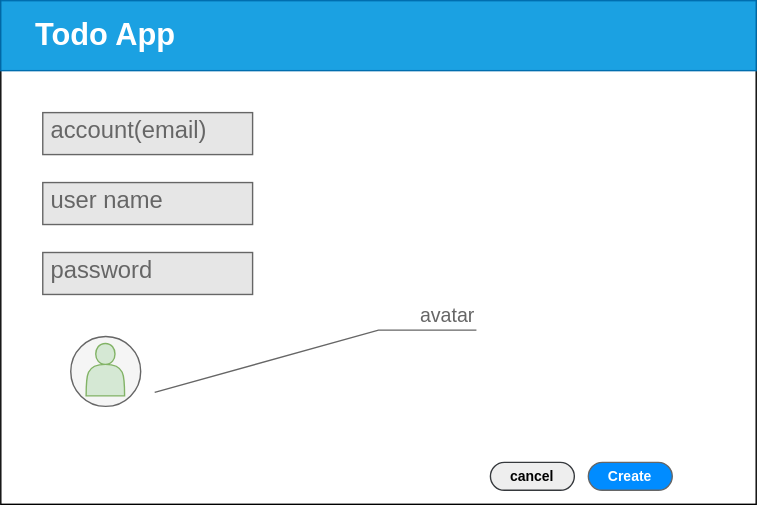
The draw.io diagram design/frontend/Signup.drawio.svg in nihiyama/todo-app-demo, before a commit. Source tidied: cells renumbered, new cells last; positions are measured from the earlier drawing's top-left corner, leaving out a move shared by most shapes. The source it was exported from:
```xml
<mxGraphModel>
  <root>
    <mxCell id="0" />
    <mxCell id="1" parent="0" />
    <mxCell id="2" style="rounded=0;whiteSpace=wrap;html=1;" parent="1" vertex="1">
      <mxGeometry width="540" height="360" as="geometry" />
    </mxCell>
    <mxCell id="3" style="rounded=0;whiteSpace=wrap;html=1;fillColor=#1ba1e2;strokeColor=#006EAF;fontColor=#ffffff;" parent="1" vertex="1">
      <mxGeometry width="540" height="50" as="geometry" />
    </mxCell>
    <mxCell id="4" style="ellipse;whiteSpace=wrap;html=1;strokeColor=#666666;fillColor=#f5f5f5;fontColor=#333333;" parent="1" vertex="1">
      <mxGeometry x="50" y="240" width="50" height="50" as="geometry" />
    </mxCell>
    <mxCell id="5" value="Todo App" style="text;html=1;strokeColor=none;fillColor=none;align=center;verticalAlign=middle;whiteSpace=wrap;rounded=0;fontColor=#FFFFFF;fontStyle=1;fontSize=22;" parent="1" vertex="1">
      <mxGeometry x="10" y="15" width="130" height="20" as="geometry" />
    </mxCell>
    <mxCell id="6" style="shape=actor;whiteSpace=wrap;html=1;fontSize=18;align=center;fillColor=#d5e8d4;strokeColor=#82b366;" parent="1" vertex="1">
      <mxGeometry x="61" y="245" width="27.5" height="37.5" as="geometry" />
    </mxCell>
    <mxCell id="7" value="cancel" style="strokeWidth=1;shadow=0;dashed=0;align=center;html=1;shape=mxgraph.mockup.buttons.button;strokeColor=#36393d;mainText=;buttonStyle=round;fontSize=10;fontStyle=1;fillColor=#eeeeee;whiteSpace=wrap;" parent="1" vertex="1">
      <mxGeometry x="350" y="330" width="60" height="20" as="geometry" />
    </mxCell>
    <mxCell id="8" value="Create" style="strokeWidth=1;shadow=0;dashed=0;align=center;html=1;shape=mxgraph.mockup.buttons.button;strokeColor=#666666;fontColor=#ffffff;mainText=;buttonStyle=round;fontSize=10;fontStyle=1;fillColor=#008cff;whiteSpace=wrap;" parent="1" vertex="1">
      <mxGeometry x="420" y="330" width="60" height="20" as="geometry" />
    </mxCell>
    <mxCell id="9" value="account(email)" style="strokeWidth=1;shadow=0;dashed=0;align=center;html=1;shape=mxgraph.mockup.text.textBox;fontColor=#666666;align=left;fontSize=17;spacingLeft=4;spacingTop=-3;strokeColor=#666666;mainText=;fillColor=#E6E6E6;" parent="1" vertex="1">
      <mxGeometry x="30" y="80" width="150" height="30" as="geometry" />
    </mxCell>
    <mxCell id="10" value="user name" style="strokeWidth=1;shadow=0;dashed=0;align=center;html=1;shape=mxgraph.mockup.text.textBox;fontColor=#666666;align=left;fontSize=17;spacingLeft=4;spacingTop=-3;strokeColor=#666666;mainText=;fillColor=#E6E6E6;" parent="1" vertex="1">
      <mxGeometry x="30" y="130" width="150" height="30" as="geometry" />
    </mxCell>
    <mxCell id="11" value="password" style="strokeWidth=1;shadow=0;dashed=0;align=center;html=1;shape=mxgraph.mockup.text.textBox;fontColor=#666666;align=left;fontSize=17;spacingLeft=4;spacingTop=-3;strokeColor=#666666;mainText=;fillColor=#E6E6E6;" parent="1" vertex="1">
      <mxGeometry x="30" y="180" width="150" height="30" as="geometry" />
    </mxCell>
    <mxCell id="12" value="avatar" style="strokeWidth=1;shadow=0;dashed=0;align=center;html=1;shape=mxgraph.mockup.text.callout;linkText=;textSize=17;textColor=#666666;callDir=NE;callStyle=line;fontSize=14;fontColor=#666666;align=right;verticalAlign=top;strokeColor=#666666;fillColor=#E6E6E6;" parent="1" vertex="1">
      <mxGeometry x="110" y="210" width="230" height="70" as="geometry" />
    </mxCell>
  </root>
</mxGraphModel>
```
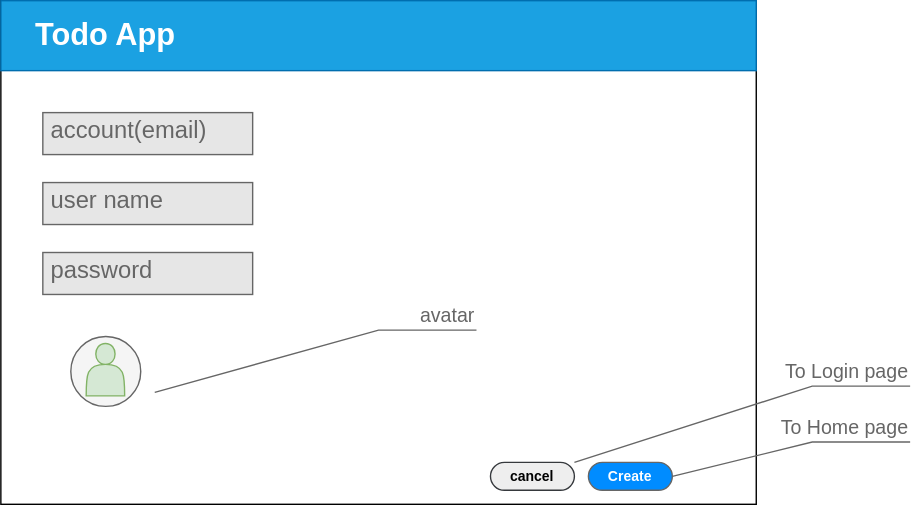
Later version of the same file.

Commit message:
fix page transition

The edit, as a diff of the source:
```diff
@@ -35,5 +35,11 @@
     <mxCell id="12" value="avatar" style="strokeWidth=1;shadow=0;dashed=0;align=center;html=1;shape=mxgraph.mockup.text.callout;linkText=;textSize=17;textColor=#666666;callDir=NE;callStyle=line;fontSize=14;fontColor=#666666;align=right;verticalAlign=top;strokeColor=#666666;fillColor=#E6E6E6;" parent="1" vertex="1">
       <mxGeometry x="110" y="210" width="230" height="70" as="geometry" />
     </mxCell>
+    <mxCell id="13" value="To Home page" style="strokeWidth=1;shadow=0;dashed=0;align=center;html=1;shape=mxgraph.mockup.text.callout;linkText=;textSize=17;textColor=#666666;callDir=NE;callStyle=line;fontSize=14;fontColor=#666666;align=right;verticalAlign=top;strokeColor=#666666;fillColor=#E6E6E6;" parent="1" vertex="1">
+      <mxGeometry x="480" y="290" width="170" height="50" as="geometry" />
+    </mxCell>
+    <mxCell id="14" value="To Login page" style="strokeWidth=1;shadow=0;dashed=0;align=center;html=1;shape=mxgraph.mockup.text.callout;linkText=;textSize=17;textColor=#666666;callDir=NE;callStyle=line;fontSize=14;fontColor=#666666;align=right;verticalAlign=top;strokeColor=#666666;fillColor=#E6E6E6;" parent="1" vertex="1">
+      <mxGeometry x="410" y="250" width="240" height="80" as="geometry" />
+    </mxCell>
   </root>
 </mxGraphModel>
```
